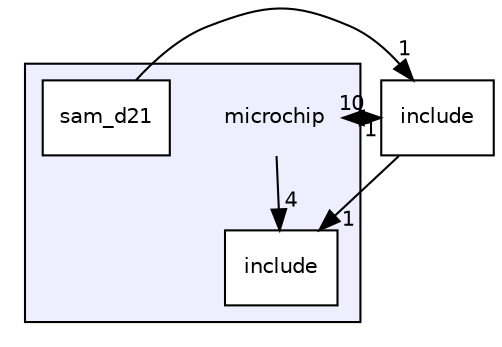
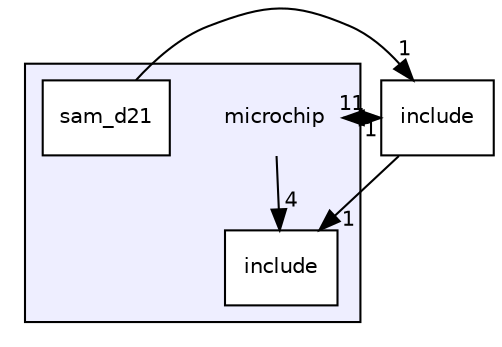
digraph "microchip" {
  compound=true
  node [ fontsize="10", fontname="Helvetica"];
  edge [ labelfontsize="10", labelfontname="Helvetica"];
  subgraph clusterdir_60864ceb768185ac6327ae001cbbf6bb {
    graph [ bgcolor="#eeeeff", pencolor="black", label="" URL="dir_60864ceb768185ac6327ae001cbbf6bb.html"];
    dir_60864ceb768185ac6327ae001cbbf6bb [shape=plaintext label="microchip"];
    dir_9e363f36f24bb47b41c92bb586f92876 [shape=box label="include" color="black" fillcolor="white" style="filled" URL="dir_9e363f36f24bb47b41c92bb586f92876.html"];
    dir_86de2fa927f02998ccd20e25e1a56489 [shape=box label="sam_d21" color="black" fillcolor="white" style="filled" URL="dir_86de2fa927f02998ccd20e25e1a56489.html"];
  }
  dir_d44c64559bbebec7f509842c48db8b23 [shape=box label="include" URL="dir_d44c64559bbebec7f509842c48db8b23.html"];
  dir_d44c64559bbebec7f509842c48db8b23->dir_9e363f36f24bb47b41c92bb586f92876 [headlabel="1", labeldistance=1.5 headhref="dir_000002_000001.html"];
  dir_d44c64559bbebec7f509842c48db8b23->dir_60864ceb768185ac6327ae001cbbf6bb [headlabel="1", labeldistance=1.5 headhref="dir_000002_000000.html"];
  dir_60864ceb768185ac6327ae001cbbf6bb->dir_9e363f36f24bb47b41c92bb586f92876 [headlabel="4", labeldistance=1.5 headhref="dir_000000_000001.html"];
-   dir_60864ceb768185ac6327ae001cbbf6bb->dir_d44c64559bbebec7f509842c48db8b23 [headlabel="10", labeldistance=1.5 headhref="dir_000000_000002.html"];
+   dir_60864ceb768185ac6327ae001cbbf6bb->dir_d44c64559bbebec7f509842c48db8b23 [headlabel="11", labeldistance=1.5 headhref="dir_000000_000002.html"];
  dir_86de2fa927f02998ccd20e25e1a56489->dir_d44c64559bbebec7f509842c48db8b23 [headlabel="1", labeldistance=1.5 headhref="dir_000003_000002.html"];
}
